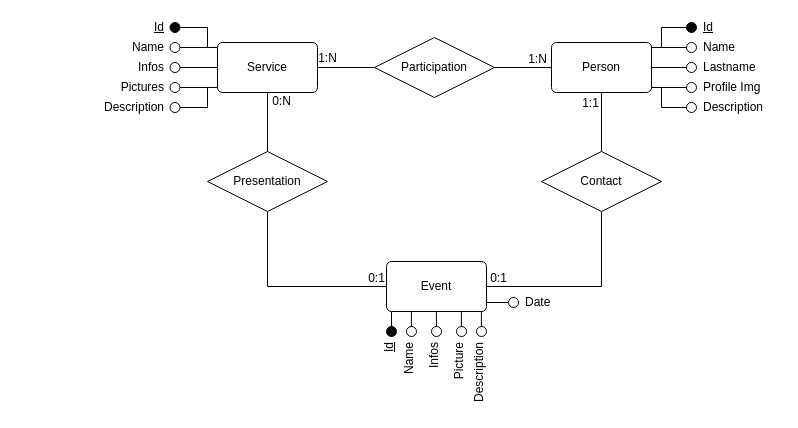
Alenichel/CodiglioniDellOglioNichelini-HypermediaProject keeps this draw.io diagram as DesignDocument/diagrams/ER.drawio. Above is the earlier version. Source tidied: cells renumbered, new cells numbered last; positions are measured from the earlier drawing's top-left corner, leaving out a move shared by most shapes. Both pictures are drawn from the tidied source at 100%, with x=0, y=0 at pixel (17, 17).
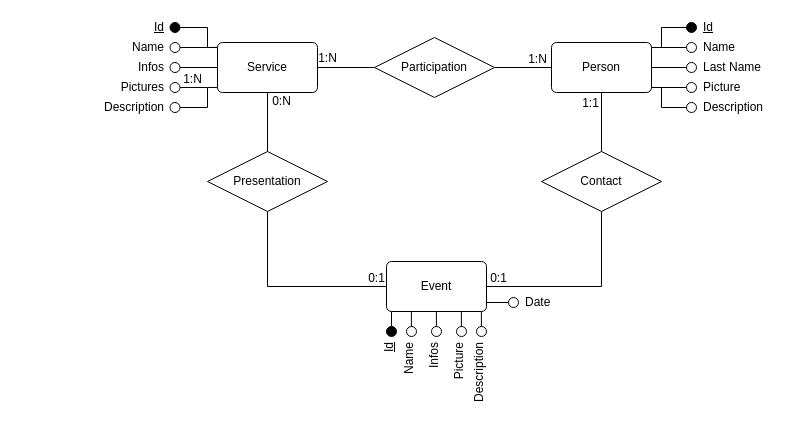
Above is the later version.

The change refers to these unchanged cells:
```xml
<mxCell id="8" style="group;" parent="7" vertex="1">
  <mxGeometry y="40" width="85" height="20" as="geometry" />
</mxCell>
<mxCell id="11" style="group;" parent="7" vertex="1">
  <mxGeometry y="60" width="85" height="20" as="geometry" />
</mxCell>
<mxCell id="57" style="endArrow=none;html=1;rounded=0;exitX=1;exitY=0.5;exitDx=0;exitDy=0;" parent="1" edge="1" source="44">
  <mxGeometry relative="1" as="geometry">
    <mxPoint x="190" y="70" as="targetPoint" />
  </mxGeometry>
</mxCell>
```

The edit, as a diff of the source:
```diff
@@
-    <mxCell id="10" value="Lastname" style="text;html=1;align=left;verticalAlign=middle;" parent="8" vertex="1">
-      <mxGeometry x="15" width="70" height="20" as="geometry" />
+    <mxCell id="10" value="Last Name" style="text;html=1;align=left;verticalAlign=middle;" parent="8" vertex="1">
+      <mxGeometry x="15" y="1" width="67" height="18" as="geometry" />
     </mxCell>
@@
-    <mxCell id="13" value="Profile Img" style="text;html=1;align=left;verticalAlign=middle;" parent="11" vertex="1">
-      <mxGeometry x="15" width="70" height="20" as="geometry" />
+    <mxCell id="13" value="Picture" style="text;html=1;align=left;verticalAlign=middle;" parent="11" vertex="1">
+      <mxGeometry x="15" y="1" width="47" height="18" as="geometry" />
     </mxCell>
@@
+    <mxCell id="93" value="1:N" style="text;html=1;align=center;verticalAlign=middle;labelBackgroundColor=#ffffff;" parent="57" vertex="1">
+      <mxGeometry x="-0.35" relative="1" as="geometry">
+        <mxPoint x="2.5" y="-9" as="offset" />
+      </mxGeometry>
+    </mxCell>
```
